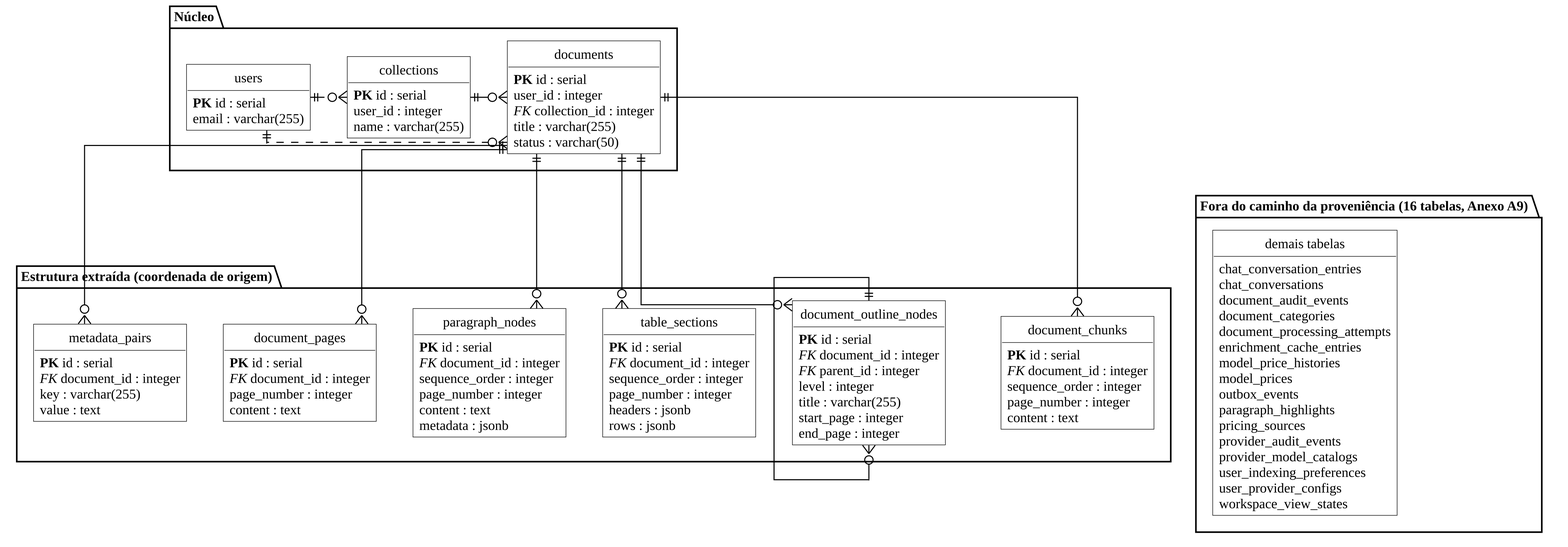
This is docs/article/anexos/diagramas/esquema-proveniencia.png from EduardoMG12/ThingIndex, a PlantUML export, as it was before one commit. Its source is kept beside it as docs/article/anexos/diagramas/esquema-proveniencia.puml.
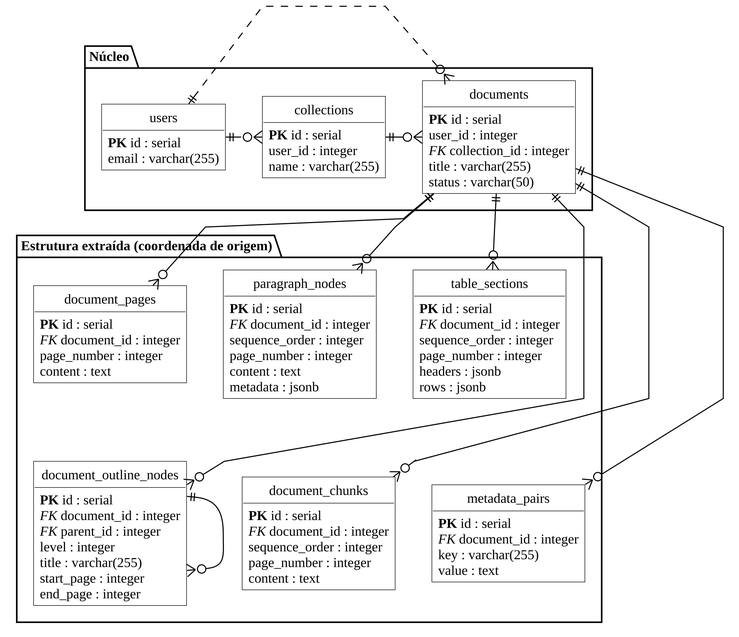
Above is the later version.

The edit, as a diff of the source:
```diff
@@ -1,7 +1,7 @@
 @startuml
 !include estilo.iuml
 skinparam defaultFontSize 13
-skinparam linetype ortho
+skinparam linetype polyline
 hide circle
 package "Núcleo" {
 entity "users" as users {
@@ -67,26 +67,6 @@
   {field} value : text
 }
 }
-package "Fora do caminho da proveniência (16 tabelas, Anexo A9)" as infra {
-entity "demais tabelas" as outras {
-  chat_conversation_entries
-  chat_conversations
-  document_audit_events
-  document_categories
-  document_processing_attempts
-  enrichment_cache_entries
-  model_price_histories
-  model_prices
-  outbox_events
-  paragraph_highlights
-  pricing_sources
-  provider_audit_events
-  provider_model_catalogs
-  user_indexing_preferences
-  user_provider_configs
-  workspace_view_states
-}
-}
 documents ||--o{ document_chunks
 documents ||--o{ document_outline_nodes
 document_outline_nodes ||--o{ document_outline_nodes
@@ -97,5 +77,7 @@
 documents ||--o{ table_sections
 users ||.right.o{ collections
 users ||.right.o{ documents
-metadata_pairs -[hidden]right- outras
+document_pages -[hidden]down- document_outline_nodes
+paragraph_nodes -[hidden]down- document_chunks
+table_sections -[hidden]down- metadata_pairs
 @enduml
```
